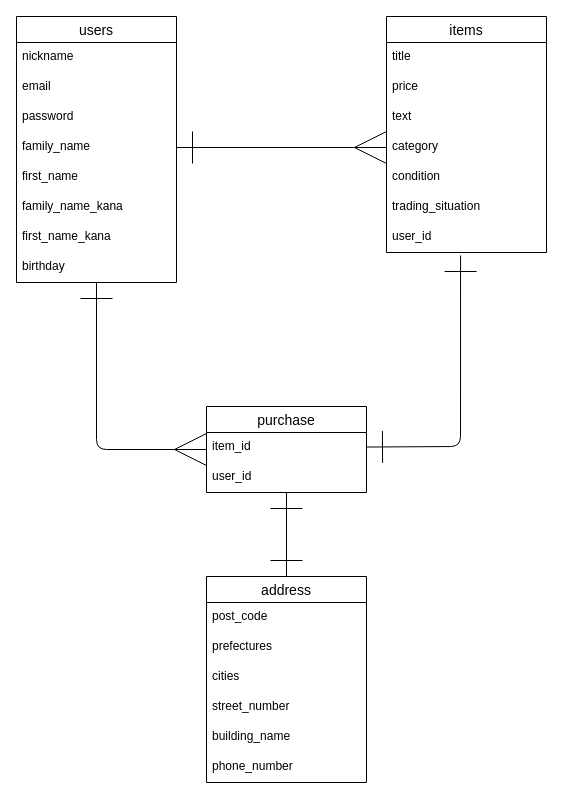
Earlier version of the draw.io diagram ER.dio (o-moridon/furima-39741). Source tidied: cells renumbered, new cells numbered last; positions are measured from the earlier drawing's top-left corner, leaving out a move shared by most shapes. Both pictures are drawn from the tidied source at 100%, with x=0, y=0 at pixel (16, 16).
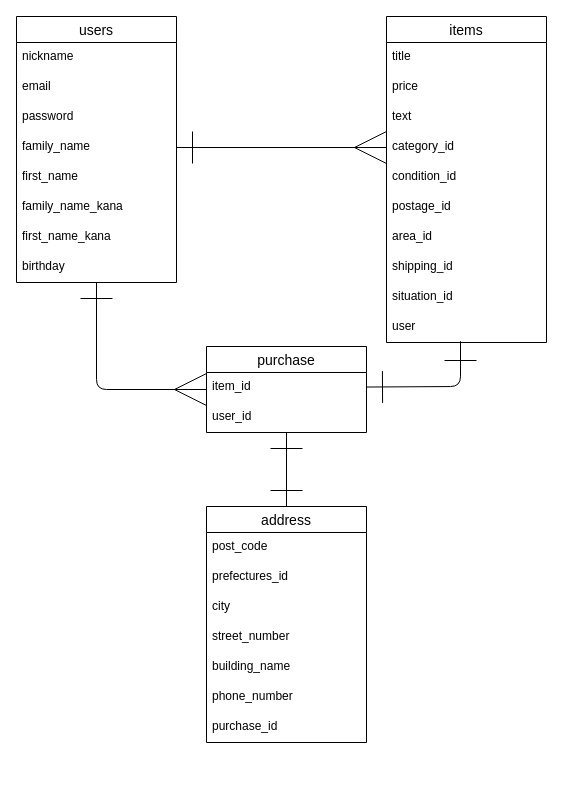
The same page after the edit.

Commit message (it also covers changes not shown here):
database design #2

The change refers to these unchanged cells:
```xml
<mxCell id="4" value="users" style="swimlane;fontStyle=0;horizontal=1;startSize=26;align=center;fontSize=14;" parent="1" vertex="1">
  <mxGeometry width="160" height="266" as="geometry" />
</mxCell>
<mxCell id="24" value="item_id" style="text;strokeColor=none;fillColor=none;spacingLeft=4;spacingRight=4;overflow=hidden;points=[[0,0.5],[1,0.5]];portConstraint=eastwest;fontSize=12;" parent="22" vertex="1">
  <mxGeometry y="26" width="160" height="30" as="geometry" />
</mxCell>
```

The edit, as a diff of the source:
```diff
@@
     <mxCell id="3" style="edgeStyle=none;html=1;strokeWidth=1;startArrow=ERone;startFill=0;endArrow=ERmany;endFill=0;startSize=30;endSize=30;sourcePerimeterSpacing=0;" parent="1" edge="1" source="4" target="22">
       <mxGeometry relative="1" as="geometry">
         <Array as="points">
-          <mxPoint x="80" y="433" />
+          <mxPoint x="80" y="373" />
         </Array>
       </mxGeometry>
     </mxCell>
@@
     <mxCell id="13" value="items" style="swimlane;fontStyle=0;horizontal=1;startSize=26;align=center;fontSize=14;" parent="1" vertex="1">
-      <mxGeometry x="370" width="160" height="236" as="geometry" />
+      <mxGeometry x="370" width="160" height="326" as="geometry" />
     </mxCell>
@@
-    <mxCell id="17" value="category" style="text;strokeColor=none;fillColor=none;spacingLeft=4;spacingRight=4;overflow=hidden;fontSize=12;" parent="13" vertex="1">
+    <mxCell id="17" value="category_id" style="text;strokeColor=none;fillColor=none;spacingLeft=4;spacingRight=4;overflow=hidden;fontSize=12;" parent="13" vertex="1">
       <mxGeometry y="116" width="160" height="30" as="geometry" />
     </mxCell>
-    <mxCell id="18" value="condition" style="text;strokeColor=none;fillColor=none;spacingLeft=4;spacingRight=4;overflow=hidden;fontSize=12;" parent="13" vertex="1">
+    <mxCell id="18" value="condition_id" style="text;strokeColor=none;fillColor=none;spacingLeft=4;spacingRight=4;overflow=hidden;fontSize=12;" parent="13" vertex="1">
       <mxGeometry y="146" width="160" height="30" as="geometry" />
     </mxCell>
-    <mxCell id="19" value="trading_situation" style="text;strokeColor=none;fillColor=none;spacingLeft=4;spacingRight=4;overflow=hidden;fontSize=12;" parent="13" vertex="1">
+    <mxCell id="19" value="postage_id" style="text;strokeColor=none;fillColor=none;spacingLeft=4;spacingRight=4;overflow=hidden;fontSize=12;" parent="13" vertex="1">
       <mxGeometry y="176" width="160" height="30" as="geometry" />
     </mxCell>
-    <mxCell id="20" value="user_id" style="text;strokeColor=none;fillColor=none;spacingLeft=4;spacingRight=4;overflow=hidden;points=[[0,0.5],[1,0.5]];portConstraint=eastwest;fontSize=12;" parent="13" vertex="1">
+    <mxCell id="20" value="area_id" style="text;strokeColor=none;fillColor=none;spacingLeft=4;spacingRight=4;overflow=hidden;points=[[0,0.5],[1,0.5]];portConstraint=eastwest;fontSize=12;" parent="13" vertex="1">
       <mxGeometry y="206" width="160" height="30" as="geometry" />
     </mxCell>
+    <mxCell id="34" value="shipping_id" style="text;strokeColor=none;fillColor=none;spacingLeft=4;spacingRight=4;overflow=hidden;fontSize=12;" parent="13" vertex="1">
+      <mxGeometry y="236" width="160" height="30" as="geometry" />
+    </mxCell>
+    <mxCell id="35" value="situation_id" style="text;strokeColor=none;fillColor=none;spacingLeft=4;spacingRight=4;overflow=hidden;fontSize=12;" parent="13" vertex="1">
+      <mxGeometry y="266" width="160" height="30" as="geometry" />
+    </mxCell>
+    <mxCell id="36" value="user" style="text;strokeColor=none;fillColor=none;spacingLeft=4;spacingRight=4;overflow=hidden;fontSize=12;" parent="13" vertex="1">
+      <mxGeometry y="296" width="160" height="30" as="geometry" />
+    </mxCell>
@@
     <mxCell id="22" value="purchase" style="swimlane;fontStyle=0;horizontal=1;startSize=26;align=center;fontSize=14;" parent="1" vertex="1">
-      <mxGeometry x="190" y="390" width="160" height="86" as="geometry" />
+      <mxGeometry x="190" y="330" width="160" height="86" as="geometry" />
     </mxCell>
@@
     <mxCell id="26" value="address" style="swimlane;fontStyle=0;horizontal=1;startSize=26;align=center;fontSize=14;" parent="1" vertex="1">
-      <mxGeometry x="190" y="560" width="160" height="206" as="geometry" />
+      <mxGeometry x="190" y="490" width="160" height="236" as="geometry" />
     </mxCell>
@@
-    <mxCell id="28" value="prefectures" style="text;strokeColor=none;fillColor=none;spacingLeft=4;spacingRight=4;overflow=hidden;fontSize=12;" parent="26" vertex="1">
+    <mxCell id="28" value="prefectures_id" style="text;strokeColor=none;fillColor=none;spacingLeft=4;spacingRight=4;overflow=hidden;fontSize=12;" parent="26" vertex="1">
       <mxGeometry y="56" width="160" height="30" as="geometry" />
     </mxCell>
-    <mxCell id="29" value="cities" style="text;strokeColor=none;fillColor=none;spacingLeft=4;spacingRight=4;overflow=hidden;fontSize=12;" parent="26" vertex="1">
+    <mxCell id="29" value="city" style="text;strokeColor=none;fillColor=none;spacingLeft=4;spacingRight=4;overflow=hidden;fontSize=12;" parent="26" vertex="1">
       <mxGeometry y="86" width="160" height="30" as="geometry" />
     </mxCell>
@@
+    <mxCell id="37" value="purchase_id" style="text;strokeColor=none;fillColor=none;spacingLeft=4;spacingRight=4;overflow=hidden;fontSize=12;" parent="26" vertex="1">
+      <mxGeometry y="206" width="160" height="30" as="geometry" />
+    </mxCell>
-    <mxCell id="33" style="edgeStyle=none;html=1;entryX=0.463;entryY=1.1;entryDx=0;entryDy=0;entryPerimeter=0;strokeWidth=1;startArrow=ERone;startFill=0;endArrow=ERone;endFill=0;startSize=30;endSize=30;sourcePerimeterSpacing=0;" parent="1" edge="1" source="24" target="20">
+    <mxCell id="33" style="edgeStyle=none;html=1;strokeWidth=1;startArrow=ERone;startFill=0;endArrow=ERone;endFill=0;startSize=30;endSize=30;sourcePerimeterSpacing=0;" parent="1" edge="1" source="24">
       <mxGeometry relative="1" as="geometry">
+        <mxPoint x="444" y="360" as="targetPoint" />
         <Array as="points">
-          <mxPoint x="444" y="430" />
+          <mxPoint x="444" y="370" />
+          <mxPoint x="444" y="320" />
         </Array>
       </mxGeometry>
     </mxCell>
```
